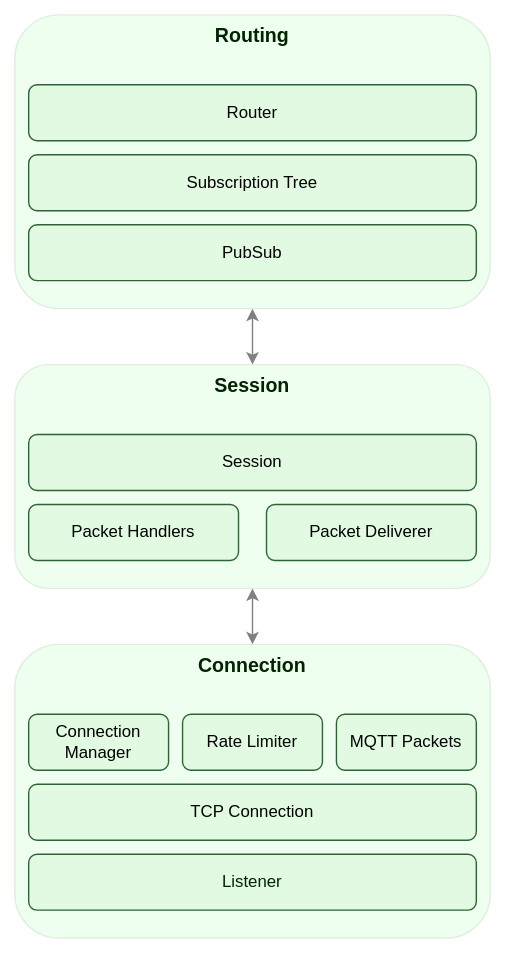
The draw.io diagram docs/assets/mqtt-server.svg in gsalomao/maxmq, before a commit. Source tidied: cells renumbered, new cells last; positions are measured from the earlier drawing's top-left corner, leaving out a move shared by most shapes.
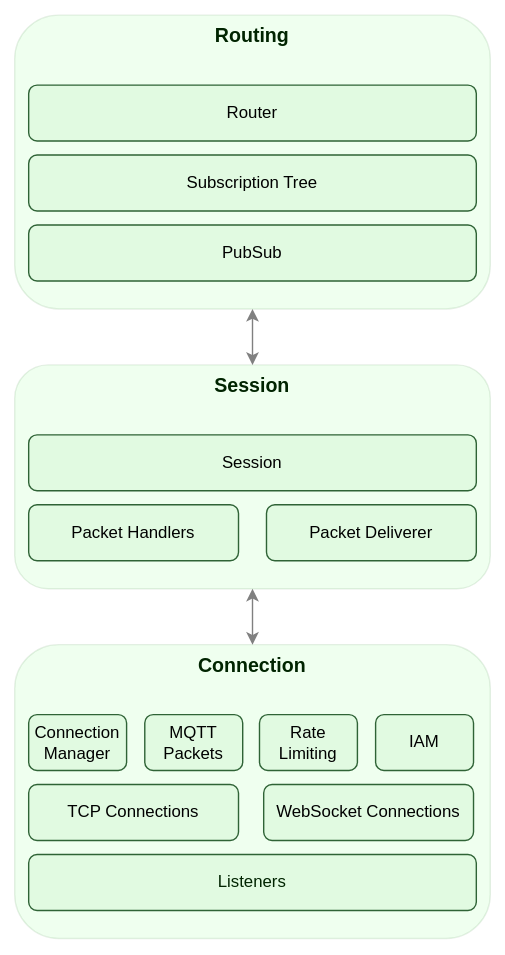
The same diagram one commit later.

The edit, as a diff of the source:
```diff
@@ -14,7 +14,7 @@
     <mxCell id="5" value="Connection" style="text;html=1;strokeColor=none;fillColor=none;align=center;verticalAlign=middle;whiteSpace=wrap;rounded=0;fontStyle=1;fontSize=14;fontColor=#002400;" parent="1" vertex="1">
       <mxGeometry x="10" y="460" width="340" height="30" as="geometry" />
     </mxCell>
-    <mxCell id="6" value="Listener" style="rounded=1;whiteSpace=wrap;html=1;fillColor=#E1FAE1;strokeColor=#2F6336;fontColor=#002400;" parent="1" vertex="1">
+    <mxCell id="6" value="Listeners" style="rounded=1;whiteSpace=wrap;html=1;fillColor=#E1FAE1;strokeColor=#2F6336;fontColor=#002400;" parent="1" vertex="1">
       <mxGeometry x="20" y="610" width="320" height="40" as="geometry" />
     </mxCell>
     <mxCell id="7" style="rounded=1;whiteSpace=wrap;html=1;fillColor=#66FF66;strokeColor=#006600;opacity=10;gradientColor=none;" parent="1" vertex="1">
@@ -32,11 +32,11 @@
     <mxCell id="11" value="Routing" style="text;html=1;strokeColor=none;fillColor=none;align=center;verticalAlign=middle;whiteSpace=wrap;rounded=0;fontStyle=1;fontSize=14;fontColor=#002400;" parent="1" vertex="1">
       <mxGeometry x="10" y="10" width="340" height="30" as="geometry" />
     </mxCell>
-    <mxCell id="12" value="&lt;span style=&quot;color: rgb(0, 0, 0);&quot;&gt;TCP Connection&lt;/span&gt;" style="rounded=1;whiteSpace=wrap;html=1;fillColor=#E1FAE1;strokeColor=#2F6336;fontColor=#002400;" parent="1" vertex="1">
-      <mxGeometry x="20" y="560" width="320" height="40" as="geometry" />
+    <mxCell id="12" value="&lt;span style=&quot;color: rgb(0, 0, 0);&quot;&gt;TCP Connections&lt;/span&gt;" style="rounded=1;whiteSpace=wrap;html=1;fillColor=#E1FAE1;strokeColor=#2F6336;fontColor=#002400;" parent="1" vertex="1">
+      <mxGeometry x="20" y="560" width="150" height="40" as="geometry" />
     </mxCell>
     <mxCell id="13" value="&lt;span style=&quot;color: rgb(0, 0, 0);&quot;&gt;Connection Manager&lt;/span&gt;" style="rounded=1;whiteSpace=wrap;html=1;fillColor=#E1FAE1;strokeColor=#2F6336;fontColor=#002400;" parent="1" vertex="1">
-      <mxGeometry x="20" y="510" width="100" height="40" as="geometry" />
+      <mxGeometry x="20" y="510" width="70" height="40" as="geometry" />
     </mxCell>
     <mxCell id="14" value="&lt;span style=&quot;color: rgb(0, 0, 0);&quot;&gt;Packet Handlers&lt;/span&gt;" style="rounded=1;whiteSpace=wrap;html=1;fillColor=#E1FAE1;strokeColor=#2F6336;fontColor=#002400;" parent="1" vertex="1">
       <mxGeometry x="20" y="360" width="150" height="40" as="geometry" />
@@ -53,14 +53,20 @@
     <mxCell id="18" value="&lt;span style=&quot;color: rgb(0, 0, 0);&quot;&gt;Router&lt;/span&gt;" style="rounded=1;whiteSpace=wrap;html=1;fillColor=#E1FAE1;strokeColor=#2F6336;fontColor=#002400;" parent="1" vertex="1">
       <mxGeometry x="20" y="60" width="320" height="40" as="geometry" />
     </mxCell>
-    <mxCell id="19" value="&lt;span style=&quot;color: rgb(0, 0, 0);&quot;&gt;Rate Limiter&lt;/span&gt;" style="rounded=1;whiteSpace=wrap;html=1;fillColor=#E1FAE1;strokeColor=#2F6336;fontColor=#002400;" parent="1" vertex="1">
-      <mxGeometry x="130" y="510" width="100" height="40" as="geometry" />
+    <mxCell id="19" value="&lt;span style=&quot;color: rgb(0, 0, 0);&quot;&gt;MQTT Packets&lt;/span&gt;" style="rounded=1;whiteSpace=wrap;html=1;fillColor=#E1FAE1;strokeColor=#2F6336;fontColor=#002400;" parent="1" vertex="1">
+      <mxGeometry x="103" y="510" width="70" height="40" as="geometry" />
     </mxCell>
-    <mxCell id="20" value="&lt;span style=&quot;color: rgb(0, 0, 0);&quot;&gt;MQTT Packets&lt;/span&gt;" style="rounded=1;whiteSpace=wrap;html=1;fillColor=#E1FAE1;strokeColor=#2F6336;fontColor=#002400;" parent="1" vertex="1">
-      <mxGeometry x="240" y="510" width="100" height="40" as="geometry" />
+    <mxCell id="20" value="&lt;font color=&quot;#000000&quot;&gt;Rate Limiting&lt;/font&gt;" style="rounded=1;whiteSpace=wrap;html=1;fillColor=#E1FAE1;strokeColor=#2F6336;fontColor=#002400;" parent="1" vertex="1">
+      <mxGeometry x="185" y="510" width="70" height="40" as="geometry" />
     </mxCell>
     <mxCell id="21" value="&lt;span style=&quot;color: rgb(0, 0, 0);&quot;&gt;Packet Deliverer&lt;/span&gt;" style="rounded=1;whiteSpace=wrap;html=1;fillColor=#E1FAE1;strokeColor=#2F6336;fontColor=#002400;" parent="1" vertex="1">
       <mxGeometry x="190" y="360" width="150" height="40" as="geometry" />
     </mxCell>
+    <mxCell id="22" value="&lt;span style=&quot;color: rgb(0, 0, 0);&quot;&gt;WebSocket Connections&lt;/span&gt;" style="rounded=1;whiteSpace=wrap;html=1;fillColor=#E1FAE1;strokeColor=#2F6336;fontColor=#002400;" parent="1" vertex="1">
+      <mxGeometry x="188" y="560" width="150" height="40" as="geometry" />
+    </mxCell>
+    <mxCell id="23" value="&lt;span style=&quot;color: rgb(0, 0, 0);&quot;&gt;IAM&lt;/span&gt;" style="rounded=1;whiteSpace=wrap;html=1;fillColor=#E1FAE1;strokeColor=#2F6336;fontColor=#002400;" parent="1" vertex="1">
+      <mxGeometry x="268" y="510" width="70" height="40" as="geometry" />
+    </mxCell>
   </root>
 </mxGraphModel>
```
